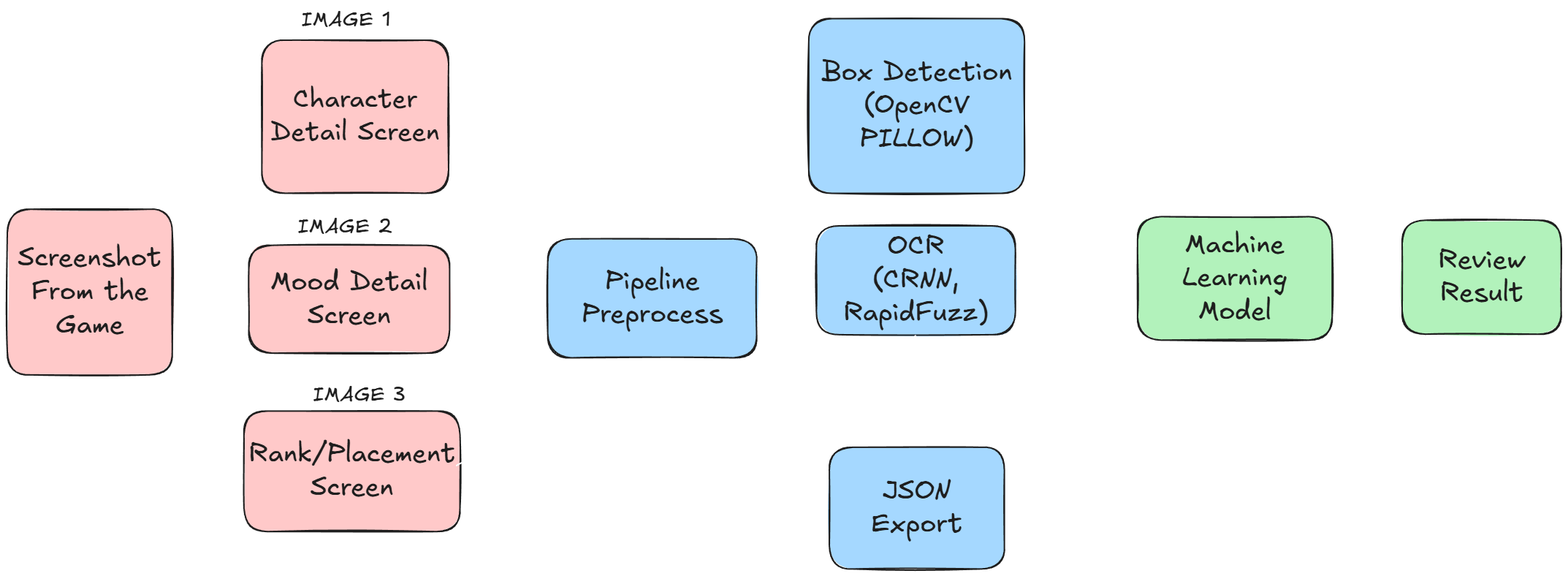
Before: assets/main_dark.excalidraw.png, a diagram exported from Excalidraw (JustinCode-Dev/UmaMusume-Champions-Meetings-Uma-Predictor). Source tidied: one line per element, renumbered; positions are measured from the earlier drawing's top-left corner, leaving out a move shared by most shapes.
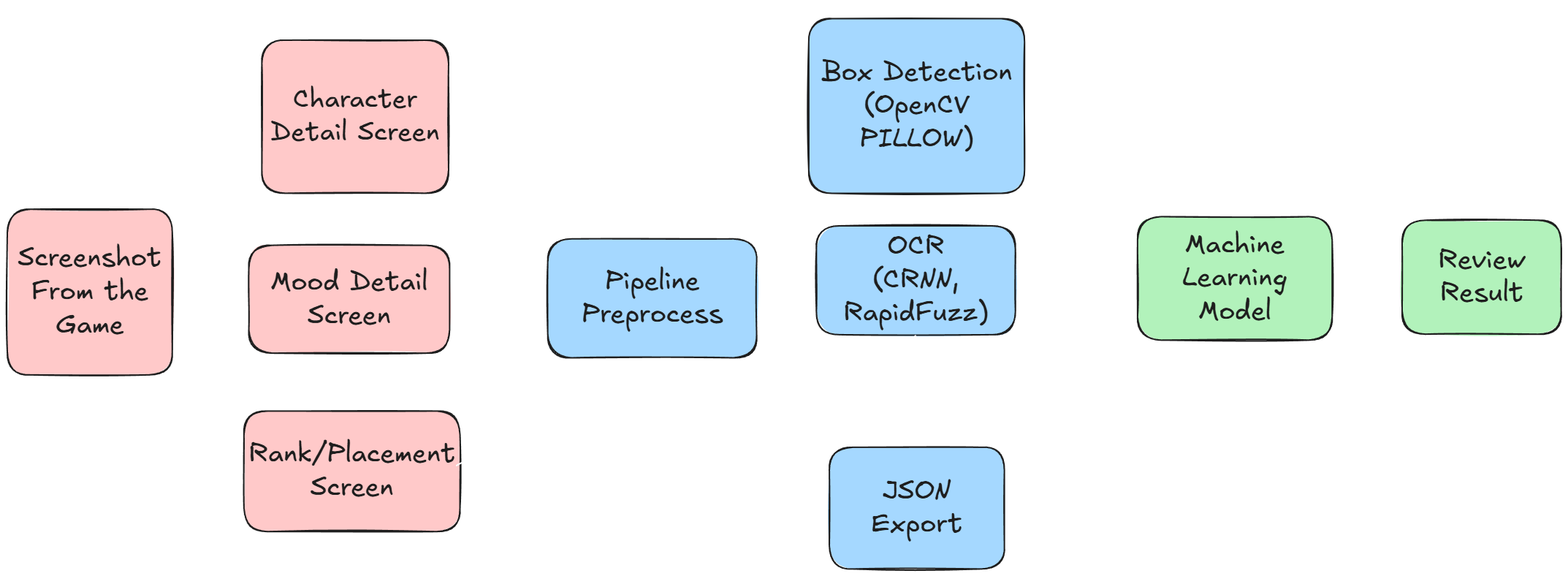
After the change.

Commit message:
fix(docs): update image label colors in dark mode diagram

The edit, as a diff of the source:
```diff
@@ -25,9 +25,9 @@
 {"id": 24, "type": "line", "strokeColor": "#ffffff", "backgroundColor": "#a5d8ff", "fillStyle": "solid", "strokeWidth": 2, "roughness": 1, "round": true, "x": 609, "y": 166, "width": 56, "height": 223, "points": [[0, 0], [46, 45], [56, 223]]}
 {"id": 25, "type": "line", "strokeColor": "#ffffff", "backgroundColor": "#a5d8ff", "fillStyle": "solid", "strokeWidth": 2, "roughness": 1, "round": true, "x": 616, "y": 626, "width": 50, "height": 231, "points": [[0, 0], [46, -43], [50, -231]]}
 {"id": 26, "type": "arrow", "strokeColor": "#ffffff", "backgroundColor": "#a5d8ff", "fillStyle": "solid", "strokeWidth": 2, "roughness": 1, "endArrowhead": "arrow", "round": true, "from": 17, "to": 2, "x": 611, "y": 399, "width": 122, "height": 1, "points": [[0, 0], [122, -1]]}
-{"id": 27, "type": "text", "text": "IMAGE 1", "strokeColor": "#1e1e1e", "backgroundColor": "#ffc9c9", "fillStyle": "hachure", "strokeWidth": 2, "roughness": 1, "fontSize": 28.43, "fontFamily": 5, "x": 403, "y": 0, "width": 122, "height": 36}
+{"id": 27, "type": "text", "text": "IMAGE 1", "strokeColor": "#ffffff", "backgroundColor": "#ffc9c9", "fillStyle": "hachure", "strokeWidth": 2, "roughness": 1, "fontSize": 28.43, "fontFamily": 5, "x": 403, "y": 0, "width": 122, "height": 36}
-{"id": 28, "type": "text", "text": "IMAGE 2", "strokeColor": "#1e1e1e", "backgroundColor": "#ffc9c9", "fillStyle": "hachure", "strokeWidth": 2, "roughness": 1, "fontSize": 28.43, "fontFamily": 5, "x": 398, "y": 283, "width": 130, "height": 36}
+{"id": 28, "type": "text", "text": "IMAGE 2", "strokeColor": "#ffffff", "backgroundColor": "#ffc9c9", "fillStyle": "hachure", "strokeWidth": 2, "roughness": 1, "fontSize": 28.43, "fontFamily": 5, "x": 398, "y": 283, "width": 130, "height": 36}
-{"id": 29, "type": "text", "text": "IMAGE 3", "strokeColor": "#1e1e1e", "backgroundColor": "#ffc9c9", "fillStyle": "hachure", "strokeWidth": 2, "roughness": 1, "fontSize": 28.43, "fontFamily": 5, "x": 418, "y": 513, "width": 127, "height": 36}
+{"id": 29, "type": "text", "text": "IMAGE 3", "strokeColor": "#ffffff", "backgroundColor": "#ffc9c9", "fillStyle": "hachure", "strokeWidth": 2, "roughness": 1, "fontSize": 28.43, "fontFamily": 5, "x": 418, "y": 513, "width": 127, "height": 36}
 {"id": 30, "type": "line", "strokeColor": "#ffffff", "backgroundColor": "#ffc9c9", "fillStyle": "hachure", "strokeWidth": 2, "roughness": 1, "round": true, "x": 1039, "y": 391, "width": 27, "height": 64, "points": [[0, 0], [24, -16], [27, -64]]}
 {"id": 31, "type": "line", "strokeColor": "#ffffff", "backgroundColor": "#ffc9c9", "fillStyle": "hachure", "strokeWidth": 2, "roughness": 2, "round": true, "x": 1386, "y": 696, "width": 67, "height": 203, "points": [[0, 0], [62, -42], [67, -203]]}
 {"id": 32, "type": "arrow", "strokeColor": "#ffffff", "backgroundColor": "#ffc9c9", "fillStyle": "hachure", "strokeWidth": 2, "roughness": 1, "endArrowhead": "arrow", "round": true, "to": 33, "x": 1452, "y": 483, "width": 88, "height": 112, "points": [[0, 0], [2, -104], [88, -112]]}
```
